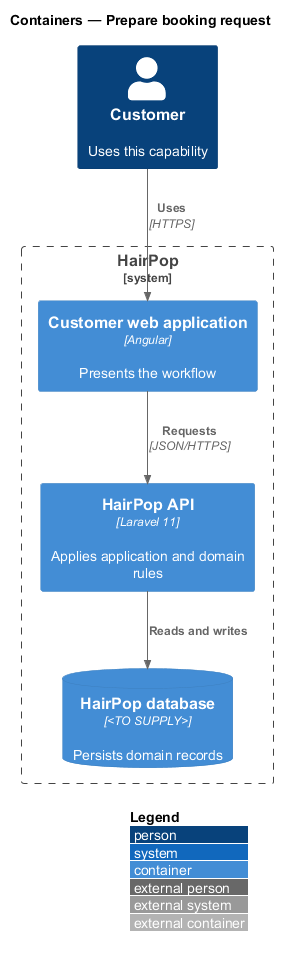
Above: docs/detailed-designs/booking/prepare-booking-request/diagrams/c4-container.png in QuinntyneBrown/HairPop (PlantUML), before the change.
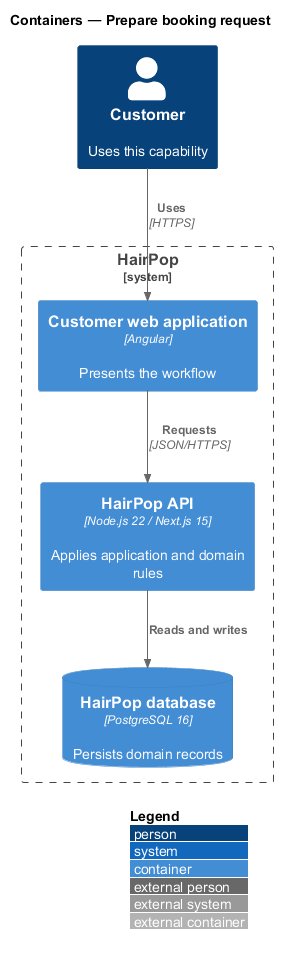
After the commit.

Change to the diagram source:
```diff
@@ -5,8 +5,8 @@
 Person(person, "Customer", "Uses this capability")
 System_Boundary(hairpop, "HairPop") {
   Container(web, "Customer web application", "Angular", "Presents the workflow")
-  Container(api, "HairPop API", "Laravel 11", "Applies application and domain rules")
-  ContainerDb(db, "HairPop database", "<TO SUPPLY>", "Persists domain records")
+  Container(api, "HairPop API", "Node.js 22 / Next.js 15", "Applies application and domain rules")
+  ContainerDb(db, "HairPop database", "PostgreSQL 16", "Persists domain records")
 }
 Rel(person, web, "Uses", "HTTPS")
 Rel(web, api, "Requests", "JSON/HTTPS")
```
